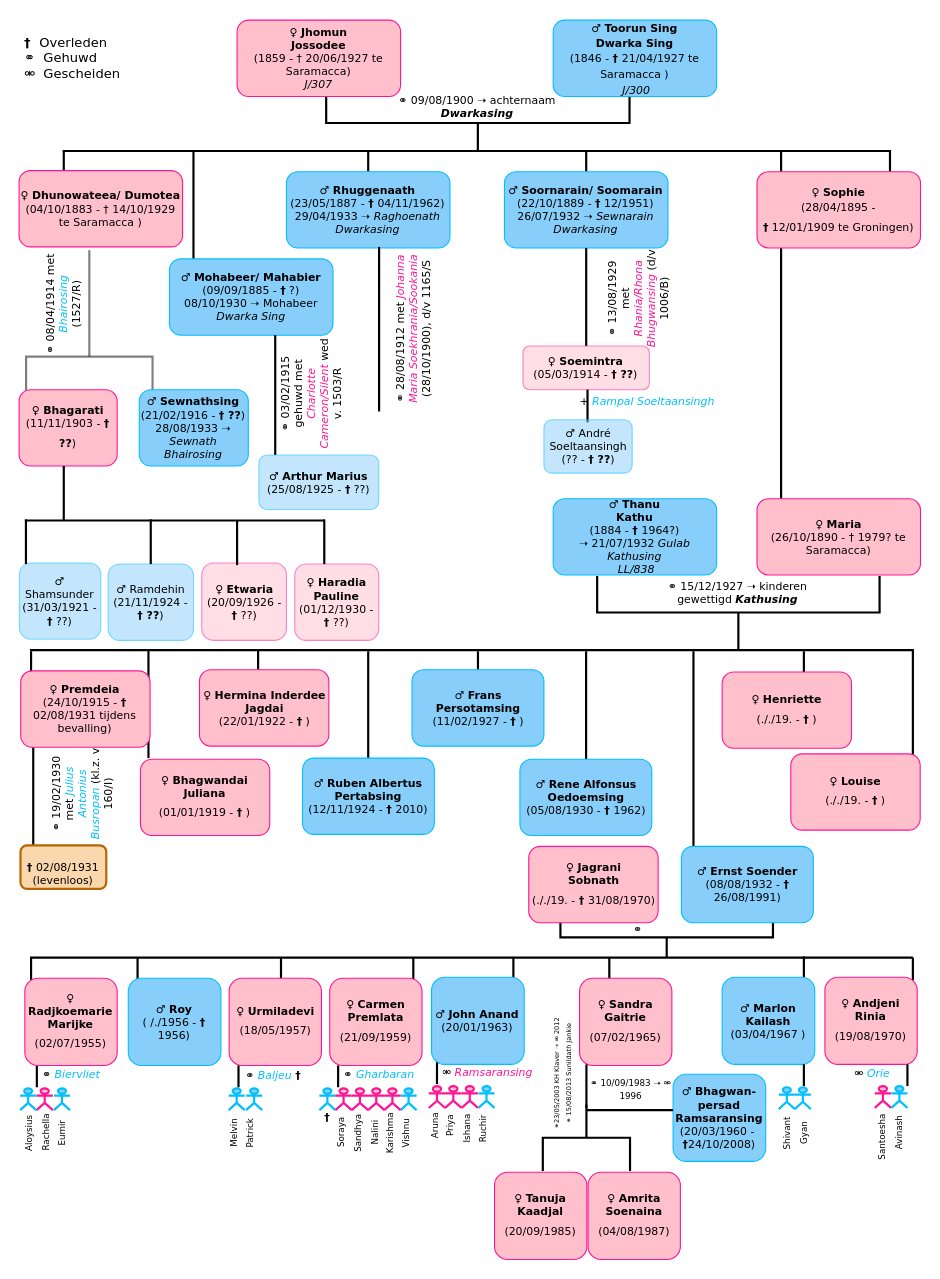
Earlier version of the draw.io diagram Diagram zonder titel.drawio (Kaadjal/Kaadjal). Source tidied: cells renumbered, new cells numbered last; positions are measured from the earlier drawing's top-left corner, leaving out a move shared by most shapes. Both pictures are drawn from the tidied source at 109%, with x=0, y=0 at pixel (-17, -29).
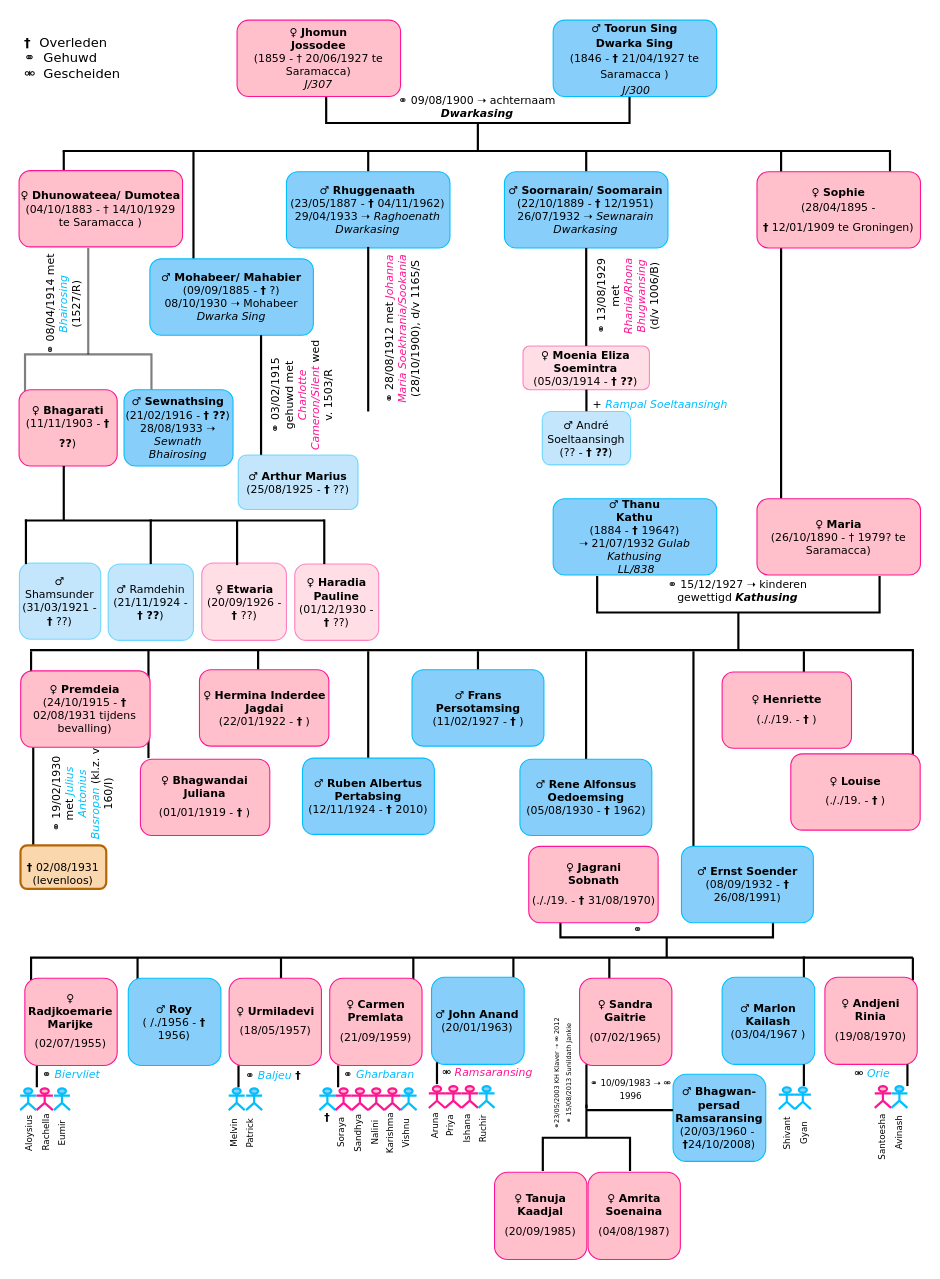
Above is the later version.

What changed in the source:
```diff
@@
     <mxCell id="3" style="strokeWidth=2;html=1;shape=mxgraph.flowchart.annotation_2;align=left;labelPosition=right;fillStyle=auto;fontFamily=Verdana;fontSize=10;fillColor=#87CEFA;gradientColor=none;rotation=90;opacity=50;" parent="1" vertex="1">
-      <mxGeometry x="-0.1" y="295.6" width="195.1" height="116" as="geometry" />
+      <mxGeometry x="-1.1" y="293.6" width="195.1" height="116" as="geometry" />
     </mxCell>
@@
     <mxCell id="19" value="&lt;div&gt;&lt;font style=&quot;font-size: 10px;&quot; face=&quot;Verdana&quot;&gt;♂ &lt;b&gt;Mohabeer/ Mahabier&lt;/b&gt;&lt;br&gt;&lt;/font&gt;&lt;/div&gt;&lt;div&gt;&lt;font style=&quot;font-size: 10px;&quot; face=&quot;Verdana&quot;&gt;(09/09/1885 - &lt;b&gt;†&lt;/b&gt; ?)&lt;/font&gt;&lt;/div&gt;&lt;div&gt;&lt;font face=&quot;Verdana&quot;&gt;&lt;span lang=&quot;EN-US&quot;&gt;08/10/1930 &lt;/span&gt;&lt;i&gt;&lt;span lang=&quot;EN-US&quot;&gt;➝ &lt;/span&gt;&lt;/i&gt;&lt;span lang=&quot;EN-US&quot;&gt;Mohabeer&lt;/span&gt;&lt;i&gt;&lt;span lang=&quot;EN-US&quot;&gt; Dwarka Sing&lt;br&gt;&lt;/span&gt;&lt;/i&gt;&lt;/font&gt;&lt;/div&gt;" style="rounded=1;whiteSpace=wrap;html=1;fillStyle=auto;strokeColor=#00BFFF;fillColor=#87CEFA;gradientColor=none;fontFamily=Verdana;fontSize=10;" parent="1" vertex="1">
-      <mxGeometry x="171" y="264" width="150" height="70" as="geometry" />
+      <mxGeometry x="153" y="264" width="150" height="70" as="geometry" />
     </mxCell>
     <mxCell id="20" value="&lt;span lang=&quot;EN-US&quot;&gt;⚭ 15/12/1927 &lt;/span&gt;&lt;span lang=&quot;EN-US&quot;&gt;➝ kinderen gewettigd &lt;b&gt;&lt;i&gt;Kathusing&lt;/i&gt;&lt;/b&gt;&lt;br&gt;&lt;/span&gt;" style="text;html=1;strokeColor=none;fillColor=none;align=center;verticalAlign=middle;whiteSpace=wrap;overflow=hidden;fillStyle=auto;fontFamily=Verdana;fontSize=10;opacity=50;" parent="1" vertex="1">
-      <mxGeometry x="603.2" y="545" width="179.4" height="50" as="geometry" />
+      <mxGeometry x="603.2" y="542" width="179.4" height="52" as="geometry" />
     </mxCell>
@@
     <mxCell id="22" style="line;strokeWidth=2;direction=south;html=1;fillStyle=auto;fontFamily=Verdana;fontSize=10;fillColor=#87CEFA;gradientColor=none;" parent="1" vertex="1">
-      <mxGeometry x="263" y="334" width="10" height="110" as="geometry" />
+      <mxGeometry x="250" y="334" width="10" height="110" as="geometry" />
     </mxCell>
@@
     <mxCell id="24" value="&lt;span lang=&quot;EN-US&quot;&gt;⚭ 03/02/1915 gehuwd met &lt;font color=&quot;#FF1493&quot;&gt;&lt;i&gt;Charlotte Cameron/Silent &lt;/i&gt;&lt;/font&gt;wed v. 1503/R&lt;/span&gt;&lt;span lang=&quot;EN-US&quot;&gt; &lt;br&gt;&lt;/span&gt;" style="text;html=1;strokeColor=none;fillColor=none;align=center;verticalAlign=middle;whiteSpace=wrap;overflow=hidden;fillStyle=auto;fontFamily=Verdana;fontSize=10;opacity=50;rotation=-90;" parent="1" vertex="1">
-      <mxGeometry x="244.3" y="355" width="112.3" height="65" as="geometry" />
+      <mxGeometry x="236.2" y="356.5" width="112.3" height="65" as="geometry" />
     </mxCell>
     <mxCell id="25" value="&lt;div&gt;&lt;font style=&quot;font-size: 10px;&quot; face=&quot;Verdana&quot;&gt;♂ &lt;b&gt;Arthur Marius&lt;/b&gt;&lt;br&gt;&lt;/font&gt;&lt;/div&gt;&lt;div&gt;&lt;font style=&quot;font-size: 10px;&quot; face=&quot;Verdana&quot;&gt;(25/08/1925 - &lt;b&gt;†&lt;/b&gt; ??) &lt;br&gt;&lt;/font&gt;&lt;/div&gt;" style="rounded=1;whiteSpace=wrap;html=1;fillStyle=auto;strokeColor=#00BFFF;fillColor=#87CEFA;gradientColor=none;opacity=50;fontFamily=Verdana;fontSize=10;" parent="1" vertex="1">
-      <mxGeometry x="253" y="444" width="110" height="50" as="geometry" />
+      <mxGeometry x="234" y="444" width="110" height="50" as="geometry" />
     </mxCell>
     <mxCell id="26" value="&lt;div&gt;&lt;font style=&quot;font-size: 10px;&quot; face=&quot;Verdana&quot;&gt;♂ &lt;b&gt;Sewnathsing&lt;/b&gt;&lt;br&gt;&lt;/font&gt;&lt;/div&gt;&lt;div&gt;&lt;font style=&quot;font-size: 10px;&quot; face=&quot;Verdana&quot;&gt;(21/02/1916 - &lt;b&gt;† ??&lt;/b&gt;)&lt;/font&gt;&lt;/div&gt;&lt;div&gt;&lt;span lang=&quot;EN-US&quot;&gt;28/08/1933 ➝ &lt;i&gt;Sewnath Bhairosing&lt;/i&gt;&lt;br&gt;&lt;/span&gt;&lt;/div&gt;" style="rounded=1;whiteSpace=wrap;html=1;fillStyle=auto;strokeColor=#00BFFF;fillColor=#87CEFA;gradientColor=none;fontFamily=Verdana;fontSize=10;" parent="1" vertex="1">
-      <mxGeometry x="143.3" y="384" width="100" height="70" as="geometry" />
+      <mxGeometry x="129.3" y="384" width="100" height="70" as="geometry" />
     </mxCell>
@@
     <mxCell id="32" style="line;strokeWidth=2;direction=south;html=1;fillStyle=auto;fontFamily=Verdana;fontSize=10;fillColor=#87CEFA;gradientColor=none;fontColor=#000000;" parent="1" vertex="1">
-      <mxGeometry x="358.3" y="253" width="10" height="151" as="geometry" />
+      <mxGeometry x="348.3" y="253" width="10" height="151" as="geometry" />
     </mxCell>
     <mxCell id="33" value="&lt;span lang=&quot;EN-US&quot;&gt;⚭ 28/08/1912 met &lt;font color=&quot;#FF1493&quot;&gt;&lt;i&gt;Johanna Maria Soekhrania/Sookania &lt;/i&gt;&lt;/font&gt;(28/10/1900), d/v 1165/S&lt;/span&gt;&lt;span lang=&quot;EN-US&quot;&gt; &lt;br&gt;&lt;/span&gt;" style="text;html=1;strokeColor=none;fillColor=none;align=center;verticalAlign=middle;whiteSpace=wrap;overflow=hidden;fillStyle=auto;fontFamily=Verdana;fontSize=10;opacity=50;fontColor=#000000;rotation=-90;" parent="1" vertex="1">
-      <mxGeometry x="323.2" y="301.2" width="143" height="54" as="geometry" />
+      <mxGeometry x="313.2" y="301.2" width="143" height="54" as="geometry" />
     </mxCell>
@@
     <mxCell id="36" value="&lt;span lang=&quot;EN-US&quot;&gt;⚭ 13/08/1929 met &lt;i&gt;&lt;font color=&quot;#FF1493&quot;&gt;Rhania/Rhona Bhugwansing&lt;/font&gt;&lt;/i&gt; (d/v 1006/B)&lt;/span&gt;&lt;span lang=&quot;EN-US&quot;&gt; &lt;br&gt;&lt;/span&gt;" style="text;html=1;strokeColor=none;fillColor=none;align=center;verticalAlign=middle;whiteSpace=wrap;overflow=hidden;fillStyle=auto;fontFamily=Verdana;fontSize=10;opacity=50;fontColor=#000000;rotation=-90;" parent="1" vertex="1">
-      <mxGeometry x="554.2" y="263.4" width="92.5" height="74.6" as="geometry" />
+      <mxGeometry x="548.6" y="261.7" width="85.7" height="74.6" as="geometry" />
     </mxCell>
-    <mxCell id="37" value="&lt;div&gt;&lt;font style=&quot;font-size: 10px;&quot;&gt;♀ &lt;b&gt;Soemintra&lt;/b&gt;&lt;/font&gt;&lt;/div&gt;&lt;div style=&quot;font-size: 10px;&quot;&gt;&lt;font style=&quot;font-size: 10px;&quot;&gt;(05/03/1914 - &lt;b&gt;† ??&lt;/b&gt;)&lt;br&gt;&lt;/font&gt;&lt;/div&gt;" style="rounded=1;whiteSpace=wrap;html=1;fillColor=#FFC0CB;strokeColor=#FF1493;fillStyle=auto;opacity=50;fontFamily=Verdana;fontSize=10;fontColor=#000000;" parent="1" vertex="1">
+    <mxCell id="37" value="&lt;div&gt;&lt;font style=&quot;font-size: 10px;&quot;&gt;♀ &lt;b&gt;Moenia Eliza Soemintra&lt;/b&gt;&lt;/font&gt;&lt;/div&gt;&lt;div style=&quot;font-size: 10px;&quot;&gt;&lt;font style=&quot;font-size: 10px;&quot;&gt;(05/03/1914 - &lt;b&gt;† ??&lt;/b&gt;)&lt;br&gt;&lt;/font&gt;&lt;/div&gt;" style="rounded=1;whiteSpace=wrap;html=1;fillColor=#FFC0CB;strokeColor=#FF1493;fillStyle=auto;opacity=50;fontFamily=Verdana;fontSize=10;fontColor=#000000;" parent="1" vertex="1">
       <mxGeometry x="495.3" y="344" width="116" height="40" as="geometry" />
     </mxCell>
     <mxCell id="38" style="line;strokeWidth=2;direction=south;html=1;fillStyle=auto;fontFamily=Verdana;fontSize=10;fillColor=#87CEFA;gradientColor=none;fontColor=#000000;" parent="1" vertex="1">
-      <mxGeometry x="549.5" y="384" width="10" height="30" as="geometry" />
+      <mxGeometry x="548.5" y="384" width="10" height="20" as="geometry" />
     </mxCell>
     <mxCell id="39" value="&lt;div&gt;&lt;font style=&quot;font-size: 10px;&quot; face=&quot;Verdana&quot;&gt;♂ André &lt;br&gt;&lt;/font&gt;&lt;/div&gt;&lt;div&gt;&lt;font style=&quot;font-size: 10px;&quot; face=&quot;Verdana&quot;&gt;Soeltaansingh&lt;br&gt;&lt;/font&gt;&lt;/div&gt;&lt;div&gt;&lt;font style=&quot;font-size: 10px;&quot; face=&quot;Verdana&quot;&gt;(?? - &lt;b&gt;† ??&lt;/b&gt;)&lt;/font&gt;&lt;/div&gt;" style="rounded=1;whiteSpace=wrap;html=1;fillStyle=auto;strokeColor=#00BFFF;fillColor=#87CEFA;gradientColor=none;opacity=50;fontFamily=Verdana;fontSize=10;fontColor=#000000;" parent="1" vertex="1">
-      <mxGeometry x="514.5" y="411.6" width="81" height="49" as="geometry" />
+      <mxGeometry x="513" y="404" width="81" height="49" as="geometry" />
     </mxCell>
     <mxCell id="40" value="&lt;i&gt;+ &lt;font color=&quot;#00BFFF&quot;&gt;Rampal Soeltaansingh&lt;/font&gt;&lt;/i&gt;" style="text;html=1;strokeColor=none;fillColor=none;align=center;verticalAlign=middle;whiteSpace=wrap;overflow=hidden;fillStyle=auto;fontFamily=Verdana;fontSize=10;opacity=50;fontColor=#000000;" parent="1" vertex="1">
-      <mxGeometry x="545.7" y="377.6" width="127.3" height="34" as="geometry" />
+      <mxGeometry x="557.7" y="379.6" width="127.3" height="34" as="geometry" />
     </mxCell>
@@
-    <mxCell id="67" value="&lt;div&gt;&lt;font style=&quot;font-size: 10px;&quot; face=&quot;Verdana&quot;&gt;♂ &lt;b&gt;Ernst Soender&lt;/b&gt;&lt;br&gt;&lt;/font&gt;&lt;/div&gt;&lt;div&gt;&lt;font style=&quot;font-size: 10px;&quot; face=&quot;Verdana&quot;&gt;(08/08/1932 - &lt;b&gt;† &lt;/b&gt;26/08/1991)&lt;/font&gt;&lt;/div&gt;" style="rounded=1;whiteSpace=wrap;html=1;fillStyle=auto;strokeColor=#00BFFF;fillColor=#87CEFA;gradientColor=none;fontFamily=Verdana;fontSize=10;fontColor=#000000;" parent="1" vertex="1">
+    <mxCell id="67" value="&lt;div&gt;&lt;font style=&quot;font-size: 10px;&quot; face=&quot;Verdana&quot;&gt;♂ &lt;b&gt;Ernst Soender&lt;/b&gt;&lt;br&gt;&lt;/font&gt;&lt;/div&gt;&lt;div&gt;&lt;font style=&quot;font-size: 10px;&quot; face=&quot;Verdana&quot;&gt;(08/09/1932 - &lt;b&gt;† &lt;/b&gt;26/08/1991)&lt;/font&gt;&lt;/div&gt;" style="rounded=1;whiteSpace=wrap;html=1;fillStyle=auto;strokeColor=#00BFFF;fillColor=#87CEFA;gradientColor=none;fontFamily=Verdana;fontSize=10;fontColor=#000000;" parent="1" vertex="1">
       <mxGeometry x="640.7" y="803" width="121" height="70" as="geometry" />
     </mxCell>
```
